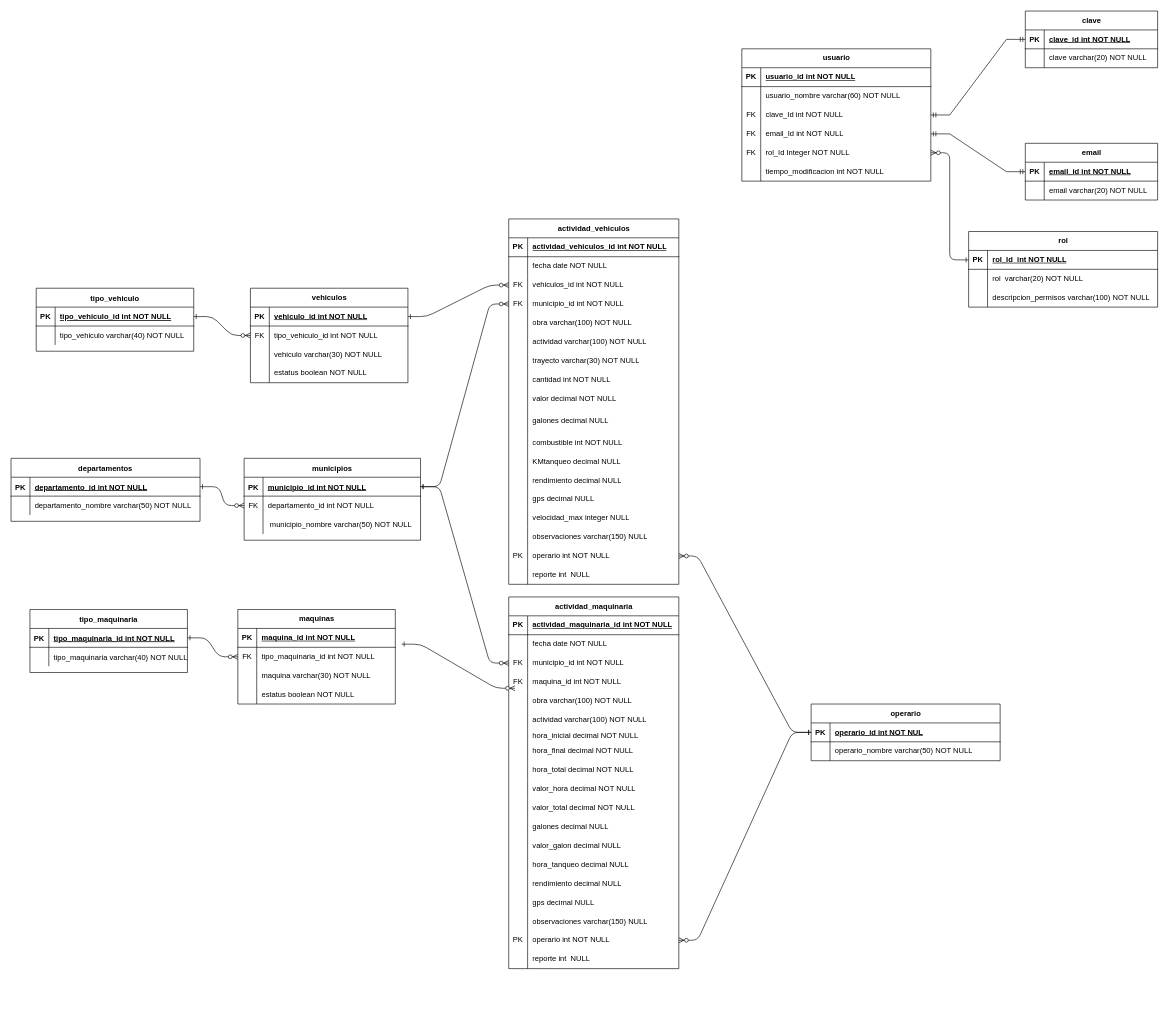
Earlier version of the draw.io diagram MER/gestionMaquinaria&Vehiculos.drawio (MasacradorM/Gestion-de-Maquinaria-y-Vehiculos). Source tidied: cells renumbered, new cells numbered last; positions are measured from the earlier drawing's top-left corner, leaving out a move shared by most shapes. Both pictures are drawn from the tidied source at 63%, with x=0, y=0 at pixel (11, 11).
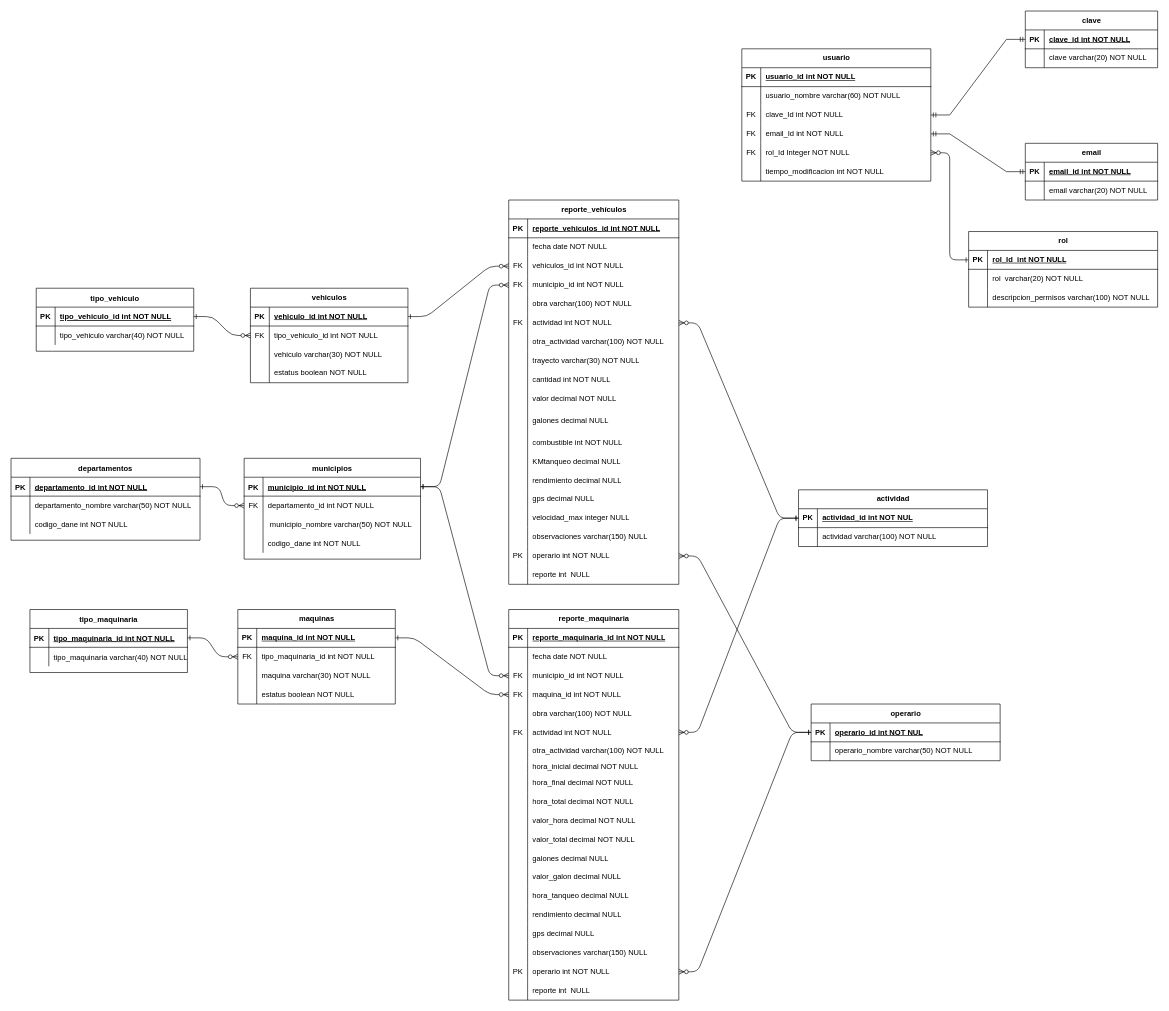
Above is the later version.

The change refers to these unchanged cells:
```xml
<mxCell id="29" style="shape=tableRow;horizontal=0;startSize=0;swimlaneHead=0;swimlaneBody=0;fillColor=none;points=[[0,0.5],[1,0.5]];portConstraint=eastwest;top=0;left=0;right=0;bottom=1;" parent="28" vertex="1">
  <mxGeometry y="30" width="250" height="30" as="geometry" />
</mxCell>
<mxCell id="42" style="shape=tableRow;horizontal=0;startSize=0;swimlaneHead=0;swimlaneBody=0;fillColor=none;top=0;left=0;right=0;bottom=1;" parent="41" vertex="1">
  <mxGeometry y="30" width="270" height="30" as="geometry" />
</mxCell>
<mxCell id="51" style="shape=tableRow;horizontal=0;startSize=0;swimlaneHead=0;swimlaneBody=0;fillColor=none;points=[[0,0.5],[1,0.5]];portConstraint=eastwest;top=0;left=0;right=0;bottom=0;" parent="41" vertex="1">
  <mxGeometry y="120" width="270" height="30" as="geometry" />
</mxCell>
<mxCell id="57" style="shape=tableRow;horizontal=0;startSize=0;swimlaneHead=0;swimlaneBody=0;fillColor=none;points=[[0,0.5],[1,0.5]];portConstraint=eastwest;top=0;left=0;right=0;bottom=0;" parent="41" vertex="1">
  <mxGeometry y="180" width="270" height="30" as="geometry" />
</mxCell>
<mxCell id="102" style="shape=tableRow;horizontal=0;startSize=0;swimlaneHead=0;swimlaneBody=0;fillColor=none;top=0;left=0;right=0;bottom=1;" parent="101" vertex="1">
  <mxGeometry y="30" width="270" height="30" as="geometry" />
</mxCell>
<mxCell id="117" style="shape=tableRow;horizontal=0;startSize=0;swimlaneHead=0;swimlaneBody=0;fillColor=none;points=[[0,0.5],[1,0.5]];portConstraint=eastwest;top=0;left=0;right=0;bottom=0;" parent="101" vertex="1">
  <mxGeometry y="180" width="270" height="30" as="geometry" />
</mxCell>
```

The edit, as a diff of the source:
```diff
@@
     <mxCell id="4" value="municipios" style="shape=table;startSize=30;childLayout=tableLayout;rowLines=0;fontStyle=1;align=center;" parent="1" vertex="1">
-      <mxGeometry x="370" y="710" width="280" height="130" as="geometry" />
+      <mxGeometry x="370" y="710" width="280" height="160" as="geometry" />
     </mxCell>
@@
+    <mxCell id="234" style="shape=partialRectangle;fillColor=none;top=0;left=0;right=0;bottom=0;" parent="4" vertex="1">
+      <mxGeometry y="120" width="280" height="30" as="geometry" />
+    </mxCell>
+    <mxCell id="235" style="shape=partialRectangle;overflow=hidden;fillColor=none;top=0;left=0;bottom=0;right=0;" parent="234" vertex="1">
+      <mxGeometry width="30" height="30" as="geometry" />
+    </mxCell>
+    <mxCell id="236" value="codigo_dane int NOT NULL" style="shape=partialRectangle;overflow=hidden;fillColor=none;top=0;left=0;bottom=0;right=0;align=left;spacingLeft=6;" parent="234" vertex="1">
+      <mxGeometry x="30" width="250" height="30" as="geometry" />
+    </mxCell>
@@
     <mxCell id="21" value="departamentos" style="shape=table;startSize=30;childLayout=tableLayout;rowLines=0;fontStyle=1;align=center;" parent="1" vertex="1">
-      <mxGeometry y="710" width="300" height="100" as="geometry" />
+      <mxGeometry y="710" width="300" height="130" as="geometry" />
     </mxCell>
@@
+    <mxCell id="237" style="shape=partialRectangle;fillColor=none;top=0;left=0;right=0;bottom=0;" parent="21" vertex="1">
+      <mxGeometry y="90" width="300" height="30" as="geometry" />
+    </mxCell>
+    <mxCell id="238" style="shape=partialRectangle;overflow=hidden;fillColor=none;top=0;left=0;bottom=0;right=0;" parent="237" vertex="1">
+      <mxGeometry width="30" height="30" as="geometry" />
+    </mxCell>
+    <mxCell id="239" value="codigo_dane int NOT NULL" style="shape=partialRectangle;overflow=hidden;fillColor=none;top=0;left=0;bottom=0;right=0;align=left;spacingLeft=6;" parent="237" vertex="1">
+      <mxGeometry x="30" width="270" height="30" as="geometry" />
+    </mxCell>
@@
-    <mxCell id="41" value="actividad_maquinaria" style="shape=table;startSize=30;childLayout=tableLayout;rowLines=0;fontStyle=1;align=center;html=1;" parent="1" vertex="1">
-      <mxGeometry x="790" y="930" width="270" height="590" as="geometry" />
+    <mxCell id="41" value="reporte_maquinaria" style="shape=table;startSize=30;childLayout=tableLayout;rowLines=0;fontStyle=1;align=center;html=1;" parent="1" vertex="1">
+      <mxGeometry x="790" y="950" width="270" height="620" as="geometry" />
     </mxCell>
@@
-    <mxCell id="44" value="&lt;span style=&quot;text-align: center; text-wrap-mode: nowrap;&quot;&gt;actividad_maquinaria_id int NOT NULL&lt;/span&gt;" style="shape=partialRectangle;fillColor=none;top=0;left=0;bottom=0;right=0;align=left;spacingLeft=6;fontStyle=5;overflow=hidden;whiteSpace=wrap;html=1;" parent="42" vertex="1">
+    <mxCell id="44" value="&lt;span style=&quot;text-align: center; text-wrap-mode: nowrap;&quot;&gt;reporte_maquinaria_id int NOT NULL&lt;/span&gt;" style="shape=partialRectangle;fillColor=none;top=0;left=0;bottom=0;right=0;align=left;spacingLeft=6;fontStyle=5;overflow=hidden;whiteSpace=wrap;html=1;" parent="42" vertex="1">
       <mxGeometry x="30" width="240" height="30" as="geometry" />
     </mxCell>
@@
-    <mxCell id="58" style="shape=partialRectangle;fillColor=none;top=0;left=0;bottom=0;right=0;overflow=hidden;whiteSpace=wrap;html=1;" parent="57" vertex="1">
+    <mxCell id="58" value="FK" style="shape=partialRectangle;fillColor=none;top=0;left=0;bottom=0;right=0;overflow=hidden;whiteSpace=wrap;html=1;" parent="57" vertex="1">
       <mxGeometry width="30" height="30" as="geometry" />
     </mxCell>
-    <mxCell id="59" value="actividad varchar(100) NOT NULL" style="shape=partialRectangle;fillColor=none;top=0;left=0;bottom=0;right=0;align=left;spacingLeft=6;overflow=hidden;whiteSpace=wrap;html=1;" parent="57" vertex="1">
+    <mxCell id="59" value="actividad int NOT NULL" style="shape=partialRectangle;fillColor=none;top=0;left=0;bottom=0;right=0;align=left;spacingLeft=6;overflow=hidden;whiteSpace=wrap;html=1;" parent="57" vertex="1">
       <mxGeometry x="30" width="240" height="30" as="geometry" />
     </mxCell>
+    <mxCell id="240" style="shape=tableRow;horizontal=0;startSize=0;swimlaneHead=0;swimlaneBody=0;fillColor=none;top=0;left=0;right=0;bottom=0;" parent="41" vertex="1">
+      <mxGeometry y="210" width="270" height="30" as="geometry" />
+    </mxCell>
+    <mxCell id="241" style="shape=partialRectangle;fillColor=none;top=0;left=0;bottom=0;right=0;overflow=hidden;whiteSpace=wrap;html=1;" parent="240" vertex="1">
+      <mxGeometry width="30" height="30" as="geometry" />
+    </mxCell>
+    <mxCell id="242" value="otra_actividad varchar(100) NOT NULL" style="shape=partialRectangle;fillColor=none;top=0;left=0;bottom=0;right=0;align=left;spacingLeft=6;overflow=hidden;whiteSpace=wrap;html=1;" parent="240" vertex="1">
+      <mxGeometry x="30" width="240" height="30" as="geometry" />
+    </mxCell>
     <mxCell id="60" style="shape=tableRow;horizontal=0;startSize=0;swimlaneHead=0;swimlaneBody=0;fillColor=none;top=0;left=0;right=0;bottom=0;" parent="41" vertex="1">
-      <mxGeometry y="210" width="270" height="20" as="geometry" />
+      <mxGeometry y="240" width="270" height="20" as="geometry" />
     </mxCell>
@@
     <mxCell id="63" style="shape=tableRow;horizontal=0;startSize=0;swimlaneHead=0;swimlaneBody=0;fillColor=none;top=0;left=0;right=0;bottom=0;" parent="41" vertex="1">
-      <mxGeometry y="230" width="270" height="30" as="geometry" />
+      <mxGeometry y="260" width="270" height="30" as="geometry" />
     </mxCell>
@@
     <mxCell id="66" style="shape=tableRow;horizontal=0;startSize=0;swimlaneHead=0;swimlaneBody=0;fillColor=none;top=0;left=0;right=0;bottom=0;" parent="41" vertex="1">
-      <mxGeometry y="260" width="270" height="30" as="geometry" />
+      <mxGeometry y="290" width="270" height="30" as="geometry" />
     </mxCell>
@@
     <mxCell id="69" style="shape=tableRow;horizontal=0;startSize=0;swimlaneHead=0;swimlaneBody=0;fillColor=none;top=0;left=0;right=0;bottom=0;" parent="41" vertex="1">
-      <mxGeometry y="290" width="270" height="30" as="geometry" />
+      <mxGeometry y="320" width="270" height="30" as="geometry" />
     </mxCell>
@@
     <mxCell id="72" style="shape=tableRow;horizontal=0;startSize=0;swimlaneHead=0;swimlaneBody=0;fillColor=none;top=0;left=0;right=0;bottom=0;" parent="41" vertex="1">
-      <mxGeometry y="320" width="270" height="30" as="geometry" />
+      <mxGeometry y="350" width="270" height="30" as="geometry" />
     </mxCell>
@@
     <mxCell id="75" style="shape=tableRow;horizontal=0;startSize=0;swimlaneHead=0;swimlaneBody=0;fillColor=none;top=0;left=0;right=0;bottom=0;" parent="41" vertex="1">
-      <mxGeometry y="350" width="270" height="30" as="geometry" />
+      <mxGeometry y="380" width="270" height="30" as="geometry" />
     </mxCell>
@@
     <mxCell id="78" style="shape=tableRow;horizontal=0;startSize=0;swimlaneHead=0;swimlaneBody=0;fillColor=none;top=0;left=0;right=0;bottom=0;" parent="41" vertex="1">
-      <mxGeometry y="380" width="270" height="30" as="geometry" />
+      <mxGeometry y="410" width="270" height="30" as="geometry" />
     </mxCell>
@@
     <mxCell id="81" style="shape=tableRow;horizontal=0;startSize=0;swimlaneHead=0;swimlaneBody=0;fillColor=none;top=0;left=0;right=0;bottom=0;" parent="41" vertex="1">
-      <mxGeometry y="410" width="270" height="30" as="geometry" />
+      <mxGeometry y="440" width="270" height="30" as="geometry" />
     </mxCell>
@@
     <mxCell id="84" style="shape=tableRow;horizontal=0;startSize=0;swimlaneHead=0;swimlaneBody=0;fillColor=none;top=0;left=0;right=0;bottom=0;" parent="41" vertex="1">
-      <mxGeometry y="440" width="270" height="30" as="geometry" />
+      <mxGeometry y="470" width="270" height="30" as="geometry" />
     </mxCell>
@@
     <mxCell id="87" style="shape=tableRow;horizontal=0;startSize=0;swimlaneHead=0;swimlaneBody=0;fillColor=none;top=0;left=0;right=0;bottom=0;" parent="41" vertex="1">
-      <mxGeometry y="470" width="270" height="30" as="geometry" />
+      <mxGeometry y="500" width="270" height="30" as="geometry" />
     </mxCell>
@@
     <mxCell id="90" style="shape=tableRow;horizontal=0;startSize=0;swimlaneHead=0;swimlaneBody=0;fillColor=none;top=0;left=0;right=0;bottom=0;" parent="41" vertex="1">
-      <mxGeometry y="500" width="270" height="30" as="geometry" />
+      <mxGeometry y="530" width="270" height="30" as="geometry" />
     </mxCell>
@@
     <mxCell id="93" style="shape=tableRow;horizontal=0;startSize=0;swimlaneHead=0;swimlaneBody=0;fillColor=none;points=[[0,0.5],[1,0.5]];portConstraint=eastwest;top=0;left=0;right=0;bottom=0;" parent="41" vertex="1">
-      <mxGeometry y="530" width="270" height="30" as="geometry" />
+      <mxGeometry y="560" width="270" height="30" as="geometry" />
     </mxCell>
@@
     <mxCell id="96" style="shape=tableRow;horizontal=0;startSize=0;swimlaneHead=0;swimlaneBody=0;fillColor=none;top=0;left=0;right=0;bottom=0;" parent="41" vertex="1">
-      <mxGeometry y="560" width="270" height="30" as="geometry" />
+      <mxGeometry y="590" width="270" height="30" as="geometry" />
     </mxCell>
@@
-    <mxCell id="101" value="actividad_vehiculos" style="shape=table;startSize=30;childLayout=tableLayout;rowLines=0;fontStyle=1;align=center;html=1;" parent="1" vertex="1">
-      <mxGeometry x="790" y="330" width="270" height="580" as="geometry" />
+    <mxCell id="101" value="reporte_vehículos" style="shape=table;startSize=30;childLayout=tableLayout;rowLines=0;fontStyle=1;align=center;html=1;" parent="1" vertex="1">
+      <mxGeometry x="790" y="300" width="270" height="610" as="geometry" />
     </mxCell>
@@
-    <mxCell id="104" value="&lt;span style=&quot;text-align: center; text-wrap-mode: nowrap;&quot;&gt;actividad_vehiculos_id int NOT NULL&lt;/span&gt;" style="shape=partialRectangle;fillColor=none;top=0;left=0;bottom=0;right=0;align=left;spacingLeft=6;fontStyle=5;overflow=hidden;whiteSpace=wrap;html=1;" parent="102" vertex="1">
+    <mxCell id="104" value="&lt;span style=&quot;text-align: center; text-wrap-mode: nowrap;&quot;&gt;reporte_vehiculos_id int NOT NULL&lt;/span&gt;" style="shape=partialRectangle;fillColor=none;top=0;left=0;bottom=0;right=0;align=left;spacingLeft=6;fontStyle=5;overflow=hidden;whiteSpace=wrap;html=1;" parent="102" vertex="1">
       <mxGeometry x="30" width="240" height="30" as="geometry" />
     </mxCell>
@@
-    <mxCell id="118" style="shape=partialRectangle;fillColor=none;top=0;left=0;bottom=0;right=0;overflow=hidden;whiteSpace=wrap;html=1;" parent="117" vertex="1">
+    <mxCell id="118" value="FK" style="shape=partialRectangle;fillColor=none;top=0;left=0;bottom=0;right=0;overflow=hidden;whiteSpace=wrap;html=1;" parent="117" vertex="1">
       <mxGeometry width="30" height="30" as="geometry" />
     </mxCell>
-    <mxCell id="119" value="actividad varchar(100) NOT NULL" style="shape=partialRectangle;fillColor=none;top=0;left=0;bottom=0;right=0;align=left;spacingLeft=6;overflow=hidden;whiteSpace=wrap;html=1;" parent="117" vertex="1">
+    <mxCell id="119" value="actividad int NOT NULL" style="shape=partialRectangle;fillColor=none;top=0;left=0;bottom=0;right=0;align=left;spacingLeft=6;overflow=hidden;whiteSpace=wrap;html=1;" parent="117" vertex="1">
       <mxGeometry x="30" width="240" height="30" as="geometry" />
     </mxCell>
+    <mxCell id="243" style="shape=tableRow;horizontal=0;startSize=0;swimlaneHead=0;swimlaneBody=0;fillColor=none;top=0;left=0;right=0;bottom=0;" parent="101" vertex="1">
+      <mxGeometry y="210" width="270" height="30" as="geometry" />
+    </mxCell>
+    <mxCell id="244" style="shape=partialRectangle;fillColor=none;top=0;left=0;bottom=0;right=0;overflow=hidden;whiteSpace=wrap;html=1;" parent="243" vertex="1">
+      <mxGeometry width="30" height="30" as="geometry" />
+    </mxCell>
+    <mxCell id="245" value="otra_actividad varchar(100) NOT NULL" style="shape=partialRectangle;fillColor=none;top=0;left=0;bottom=0;right=0;align=left;spacingLeft=6;overflow=hidden;whiteSpace=wrap;html=1;" parent="243" vertex="1">
+      <mxGeometry x="30" width="240" height="30" as="geometry" />
+    </mxCell>
     <mxCell id="120" style="shape=tableRow;horizontal=0;startSize=0;swimlaneHead=0;swimlaneBody=0;fillColor=none;top=0;left=0;right=0;bottom=0;" parent="101" vertex="1">
-      <mxGeometry y="210" width="270" height="30" as="geometry" />
+      <mxGeometry y="240" width="270" height="30" as="geometry" />
     </mxCell>
@@
     <mxCell id="123" style="shape=tableRow;horizontal=0;startSize=0;swimlaneHead=0;swimlaneBody=0;fillColor=none;top=0;left=0;right=0;bottom=0;" parent="101" vertex="1">
-      <mxGeometry y="240" width="270" height="30" as="geometry" />
+      <mxGeometry y="270" width="270" height="30" as="geometry" />
     </mxCell>
@@
     <mxCell id="126" style="shape=tableRow;horizontal=0;startSize=0;swimlaneHead=0;swimlaneBody=0;fillColor=none;top=0;left=0;right=0;bottom=0;" parent="101" vertex="1">
-      <mxGeometry y="270" width="270" height="30" as="geometry" />
+      <mxGeometry y="300" width="270" height="30" as="geometry" />
     </mxCell>
@@
     <mxCell id="129" style="shape=tableRow;horizontal=0;startSize=0;swimlaneHead=0;swimlaneBody=0;fillColor=none;top=0;left=0;right=0;bottom=0;" parent="101" vertex="1">
-      <mxGeometry y="300" width="270" height="40" as="geometry" />
+      <mxGeometry y="330" width="270" height="40" as="geometry" />
     </mxCell>
@@
     <mxCell id="132" style="shape=tableRow;horizontal=0;startSize=0;swimlaneHead=0;swimlaneBody=0;fillColor=none;top=0;left=0;right=0;bottom=0;" parent="101" vertex="1">
-      <mxGeometry y="340" width="270" height="30" as="geometry" />
+      <mxGeometry y="370" width="270" height="30" as="geometry" />
     </mxCell>
@@
     <mxCell id="135" style="shape=tableRow;horizontal=0;startSize=0;swimlaneHead=0;swimlaneBody=0;fillColor=none;top=0;left=0;right=0;bottom=0;" parent="101" vertex="1">
-      <mxGeometry y="370" width="270" height="30" as="geometry" />
+      <mxGeometry y="400" width="270" height="30" as="geometry" />
     </mxCell>
@@
     <mxCell id="138" style="shape=tableRow;horizontal=0;startSize=0;swimlaneHead=0;swimlaneBody=0;fillColor=none;top=0;left=0;right=0;bottom=0;" parent="101" vertex="1">
-      <mxGeometry y="400" width="270" height="30" as="geometry" />
+      <mxGeometry y="430" width="270" height="30" as="geometry" />
     </mxCell>
@@
     <mxCell id="141" style="shape=tableRow;horizontal=0;startSize=0;swimlaneHead=0;swimlaneBody=0;fillColor=none;top=0;left=0;right=0;bottom=0;" parent="101" vertex="1">
-      <mxGeometry y="430" width="270" height="30" as="geometry" />
+      <mxGeometry y="460" width="270" height="30" as="geometry" />
     </mxCell>
@@
     <mxCell id="144" style="shape=tableRow;horizontal=0;startSize=0;swimlaneHead=0;swimlaneBody=0;fillColor=none;top=0;left=0;right=0;bottom=0;" parent="101" vertex="1">
-      <mxGeometry y="460" width="270" height="30" as="geometry" />
+      <mxGeometry y="490" width="270" height="30" as="geometry" />
     </mxCell>
@@
     <mxCell id="147" style="shape=tableRow;horizontal=0;startSize=0;swimlaneHead=0;swimlaneBody=0;fillColor=none;top=0;left=0;right=0;bottom=0;" parent="101" vertex="1">
-      <mxGeometry y="490" width="270" height="30" as="geometry" />
+      <mxGeometry y="520" width="270" height="30" as="geometry" />
     </mxCell>
@@
     <mxCell id="150" style="shape=tableRow;horizontal=0;startSize=0;swimlaneHead=0;swimlaneBody=0;fillColor=none;points=[[0,0.5],[1,0.5]];portConstraint=eastwest;top=0;left=0;right=0;bottom=0;" parent="101" vertex="1">
-      <mxGeometry y="520" width="270" height="30" as="geometry" />
+      <mxGeometry y="550" width="270" height="30" as="geometry" />
     </mxCell>
@@
     <mxCell id="153" style="shape=tableRow;horizontal=0;startSize=0;swimlaneHead=0;swimlaneBody=0;fillColor=none;top=0;left=0;right=0;bottom=0;" parent="101" vertex="1">
-      <mxGeometry y="550" width="270" height="30" as="geometry" />
+      <mxGeometry y="580" width="270" height="30" as="geometry" />
     </mxCell>
@@
-    <mxCell id="232" style="edgeStyle=entityRelationEdgeStyle;endArrow=ERzeroToMany;startArrow=ERone;endFill=1;startFill=0;exitX=1;exitY=0.5;exitDx=0;exitDy=0;entryX=0;entryY=0.5;entryDx=0;entryDy=0;" parent="1" edge="1">
-      <mxGeometry relative="1" as="geometry">
-        <mxPoint x="620" y="1005" as="sourcePoint" />
-        <mxPoint x="800" y="1075" as="targetPoint" />
-      </mxGeometry>
+    <mxCell id="232" style="edgeStyle=entityRelationEdgeStyle;endArrow=ERzeroToMany;startArrow=ERone;endFill=1;startFill=0;entryX=0;entryY=0.5;entryDx=0;entryDy=0;" parent="1" edge="1" source="29" target="51">
+      <mxGeometry relative="1" as="geometry" />
     </mxCell>
@@
+    <mxCell id="246" value="actividad" style="shape=table;startSize=30;childLayout=tableLayout;rowLines=0;fontStyle=1;align=center;html=1;" parent="1" vertex="1">
+      <mxGeometry x="1250" y="760" width="300" height="90" as="geometry" />
+    </mxCell>
+    <mxCell id="247" style="shape=tableRow;horizontal=0;startSize=0;swimlaneHead=0;swimlaneBody=0;fillColor=none;points=[[0,0.5],[1,0.5]];portConstraint=eastwest;top=0;left=0;right=0;bottom=1;" parent="246" vertex="1">
+      <mxGeometry y="30" width="300" height="30" as="geometry" />
+    </mxCell>
+    <mxCell id="248" value="PK" style="shape=partialRectangle;fillColor=none;top=0;left=0;bottom=0;right=0;fontStyle=1;overflow=hidden;whiteSpace=wrap;html=1;" parent="247" vertex="1">
+      <mxGeometry width="30" height="30" as="geometry" />
+    </mxCell>
+    <mxCell id="249" value="actividad_id int NOT NUL" style="shape=partialRectangle;fillColor=none;top=0;left=0;bottom=0;right=0;align=left;spacingLeft=6;fontStyle=5;overflow=hidden;whiteSpace=wrap;html=1;" parent="247" vertex="1">
+      <mxGeometry x="30" width="270" height="30" as="geometry" />
+    </mxCell>
+    <mxCell id="250" style="shape=tableRow;horizontal=0;startSize=0;swimlaneHead=0;swimlaneBody=0;fillColor=none;top=0;left=0;right=0;bottom=0;" parent="246" vertex="1">
+      <mxGeometry y="60" width="300" height="30" as="geometry" />
+    </mxCell>
+    <mxCell id="251" style="shape=partialRectangle;fillColor=none;top=0;left=0;bottom=0;right=0;overflow=hidden;whiteSpace=wrap;html=1;" parent="250" vertex="1">
+      <mxGeometry width="30" height="30" as="geometry" />
+    </mxCell>
+    <mxCell id="252" value="actividad varchar(100) NOT NULL" style="shape=partialRectangle;fillColor=none;top=0;left=0;bottom=0;right=0;align=left;spacingLeft=6;overflow=hidden;whiteSpace=wrap;html=1;" parent="250" vertex="1">
+      <mxGeometry x="30" width="270" height="30" as="geometry" />
+    </mxCell>
+    <mxCell id="253" style="edgeStyle=entityRelationEdgeStyle;endArrow=ERzeroToMany;startArrow=ERone;endFill=1;startFill=0;" parent="1" edge="1" source="247" target="117">
+      <mxGeometry relative="1" as="geometry" />
+    </mxCell>
+    <mxCell id="254" style="edgeStyle=entityRelationEdgeStyle;endArrow=ERzeroToMany;startArrow=ERone;endFill=1;startFill=0;exitX=0;exitY=0.5;exitDx=0;exitDy=0;" parent="1" edge="1" source="247" target="57">
+      <mxGeometry relative="1" as="geometry" />
+    </mxCell>
```
